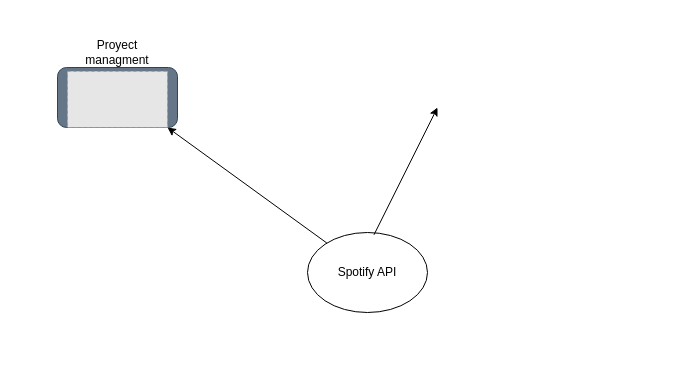
Above: Diagrama sin título.drawio in AlvaroBarragan/spotify-web-api-java (draw.io), before the change. Source tidied: cells renumbered, new cells numbered last; positions are measured from the earlier drawing's top-left corner, leaving out a move shared by most shapes. Both pictures are drawn from the tidied source at 100%, with x=0, y=0 at pixel (57, 37). Pictures stored in the file or linked from it are replaced by grey dashed boxes.
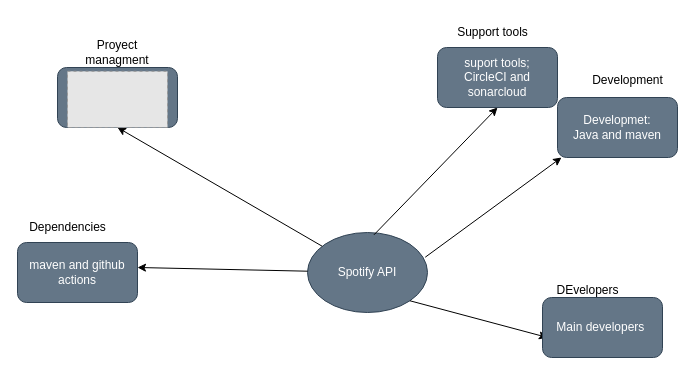
The same page after the edit.

Unchanged cells that the change refers to:
```xml
<mxCell id="5" style="fillColor=#E6E6E6;strokeColor=#999999;dashed=1;verticalLabelPosition=bottom;labelBackgroundColor=default;verticalAlign=top;" parent="1" vertex="1">
  <mxGeometry x="10" y="33.8" width="100" height="56.2" as="geometry" />
</mxCell>
```

The edit, as a diff of the source:
```diff
@@
-    <mxCell id="2" value="Spotify API" style="ellipse;whiteSpace=wrap;html=1;" parent="1" vertex="1">
+    <mxCell id="2" value="Spotify API" style="ellipse;whiteSpace=wrap;html=1;fillColor=#647687;fontColor=#ffffff;strokeColor=#314354;" parent="1" vertex="1">
       <mxGeometry x="250" y="195" width="120" height="80" as="geometry" />
     </mxCell>
-    <mxCell id="3" style="endArrow=classic;html=1;rounded=0;" parent="1" edge="1" source="2">
-      <mxGeometry relative="1" as="geometry">
-        <mxPoint x="110" y="90" as="targetPoint" />
-      </mxGeometry>
+    <mxCell id="3" style="endArrow=classic;html=1;rounded=0;entryX=0.5;entryY=1;entryDx=0;entryDy=0;" parent="1" edge="1" source="2" target="5">
+      <mxGeometry relative="1" as="geometry" />
     </mxCell>
@@
-    <mxCell id="7" style="endArrow=classic;html=1;rounded=0;exitX=0.554;exitY=0.029;exitDx=0;exitDy=0;exitPerimeter=0;" parent="1" edge="1" source="2">
-      <mxGeometry relative="1" as="geometry">
-        <mxPoint x="380" y="70" as="targetPoint" />
-      </mxGeometry>
+    <mxCell id="7" style="endArrow=classic;html=1;rounded=0;exitX=0.554;exitY=0.029;exitDx=0;exitDy=0;exitPerimeter=0;entryX=0.5;entryY=1;entryDx=0;entryDy=0;" parent="1" edge="1" source="2" target="8">
+      <mxGeometry relative="1" as="geometry" />
     </mxCell>
+    <mxCell id="8" value="suport tools;&lt;br&gt;CircleCI and sonarcloud" style="rounded=1;whiteSpace=wrap;html=1;fillColor=#647687;fontColor=#ffffff;strokeColor=#314354;" parent="1" vertex="1">
+      <mxGeometry x="380" y="10" width="120" height="60" as="geometry" />
+    </mxCell>
+    <mxCell id="9" style="endArrow=classic;html=1;rounded=0;" parent="1" edge="1" source="2">
+      <mxGeometry relative="1" as="geometry">
+        <mxPoint x="80" y="230" as="targetPoint" />
+      </mxGeometry>
+    </mxCell>
+    <mxCell id="10" style="endArrow=classic;html=1;rounded=0;exitX=1;exitY=1;exitDx=0;exitDy=0;" parent="1" edge="1" source="2">
+      <mxGeometry relative="1" as="geometry">
+        <mxPoint x="490" y="300" as="targetPoint" />
+      </mxGeometry>
+    </mxCell>
+    <mxCell id="11" value="Developmet:&lt;br&gt;Java and maven" style="rounded=1;whiteSpace=wrap;html=1;fillColor=#647687;fontColor=#ffffff;strokeColor=#314354;" parent="1" vertex="1">
+      <mxGeometry x="500" y="60" width="120" height="60" as="geometry" />
+    </mxCell>
+    <mxCell id="12" value="Main developers&amp;nbsp;" style="rounded=1;whiteSpace=wrap;html=1;fillColor=#647687;fontColor=#ffffff;strokeColor=#314354;" parent="1" vertex="1">
+      <mxGeometry x="485" y="260" width="120" height="60" as="geometry" />
+    </mxCell>
+    <mxCell id="13" style="endArrow=classic;html=1;rounded=0;entryX=0.5;entryY=1;entryDx=0;entryDy=0;exitX=0.981;exitY=0.309;exitDx=0;exitDy=0;exitPerimeter=0;" parent="1" edge="1" source="2">
+      <mxGeometry relative="1" as="geometry">
+        <mxPoint x="504" y="120" as="targetPoint" />
+      </mxGeometry>
+    </mxCell>
+    <mxCell id="14" value="maven and github actions" style="rounded=1;whiteSpace=wrap;html=1;fillColor=#647687;fontColor=#ffffff;strokeColor=#314354;" parent="1" vertex="1">
+      <mxGeometry x="-40" y="205" width="120" height="60" as="geometry" />
+    </mxCell>
+    <mxCell id="15" value="Dependencies" style="text;html=1;align=center;verticalAlign=middle;strokeColor=none;fillColor=none;" parent="1" vertex="1">
+      <mxGeometry x="-40" y="175" width="100" height="30" as="geometry" />
+    </mxCell>
+    <mxCell id="16" value="Development" style="text;html=1;align=center;verticalAlign=middle;strokeColor=none;fillColor=none;" parent="1" vertex="1">
+      <mxGeometry x="525" y="28" width="90" height="30" as="geometry" />
+    </mxCell>
+    <mxCell id="17" value="DEvelopers" style="text;html=1;align=center;verticalAlign=middle;strokeColor=none;fillColor=none;" parent="1" vertex="1">
+      <mxGeometry x="485" y="238" width="90" height="30" as="geometry" />
+    </mxCell>
+    <mxCell id="18" value="Support tools" style="text;html=1;align=center;verticalAlign=middle;strokeColor=none;fillColor=none;" parent="1" vertex="1">
+      <mxGeometry x="390" y="-20" width="90" height="30" as="geometry" />
+    </mxCell>
```
